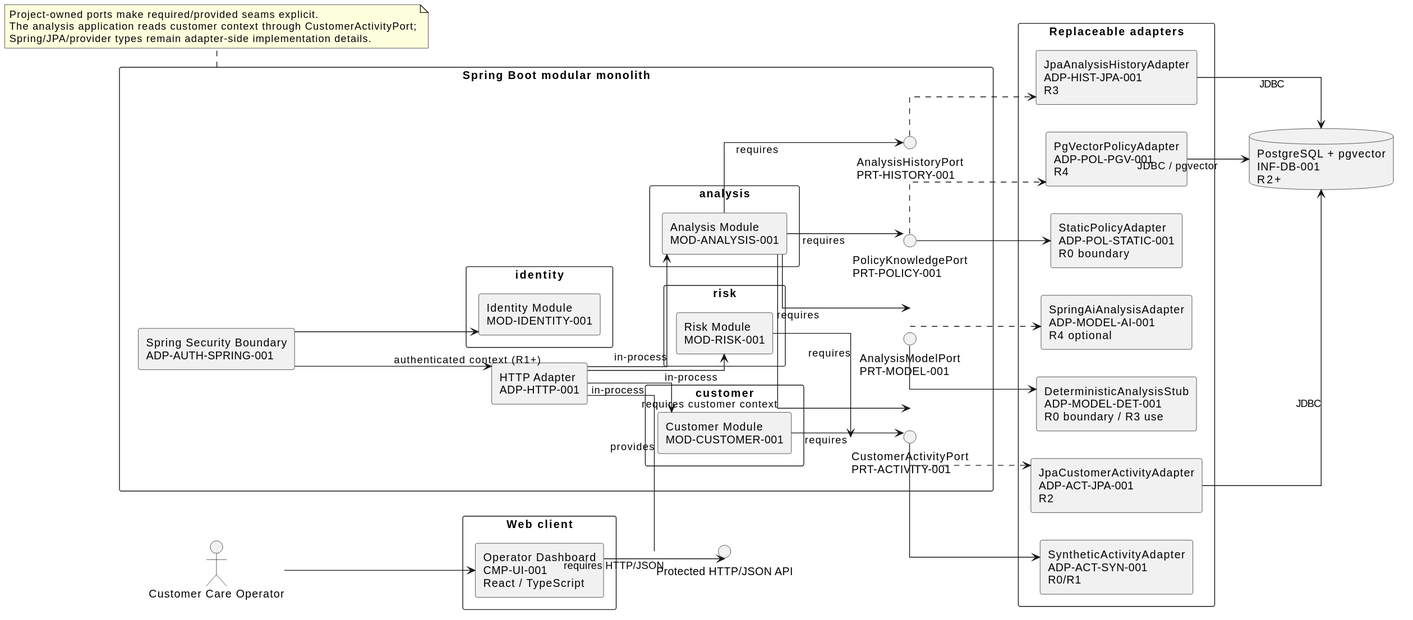
Earlier version of the PlantUML export docs/assignment/SDD/diagrams/component-topology.svg (jdoe-dev-159753/specgraph-reference-app).
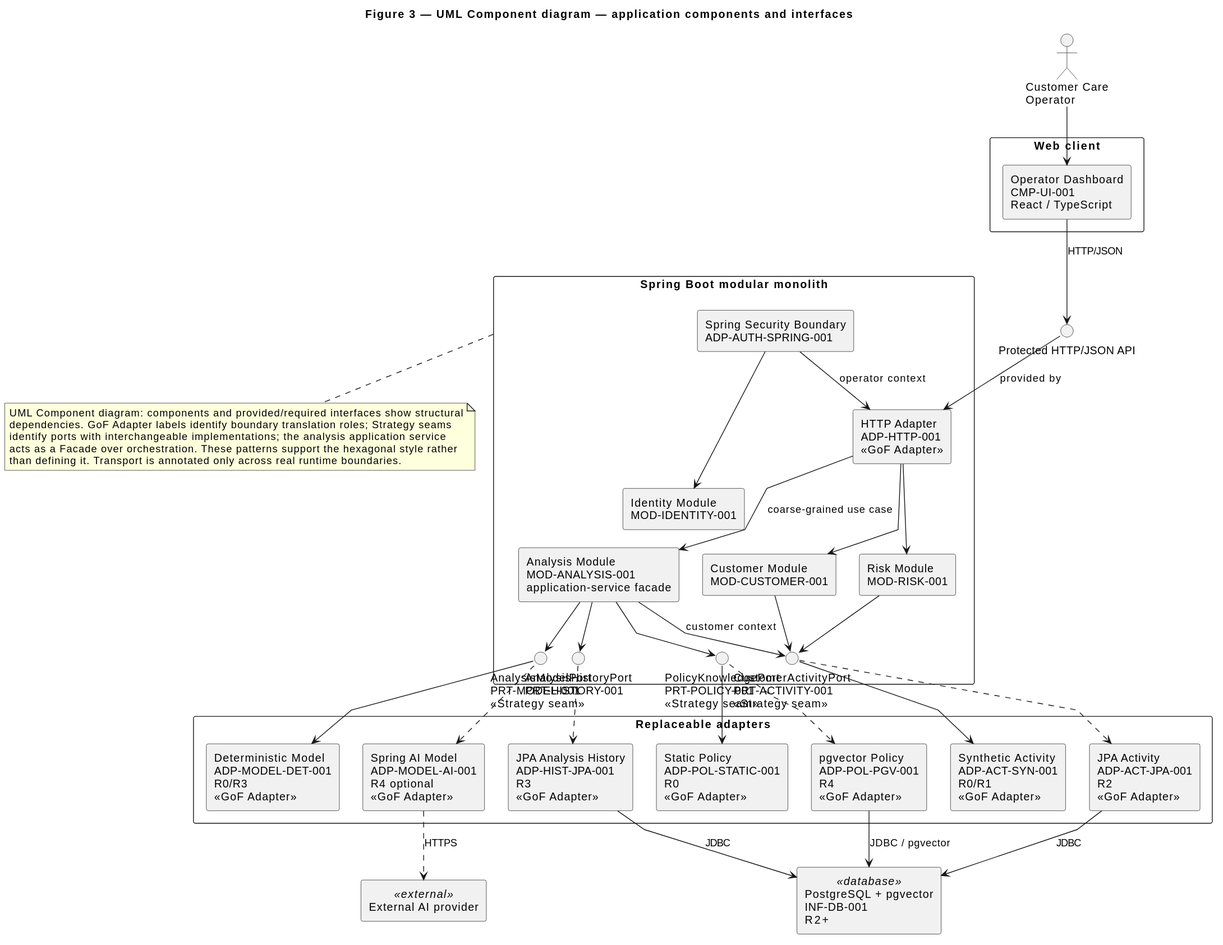
After the commit.

The edit, as a diff of the source:
```diff
@@ -1,10 +1,13 @@
 @startuml
-left to right direction
+title Figure 3 — UML Component diagram — application components and interfaces
+top to bottom direction
 skinparam componentStyle rectangle
 skinparam packageStyle rectangle
-skinparam linetype ortho
+skinparam linetype polyline
+skinparam nodesep 30
+skinparam ranksep 45
 
-actor "Customer Care Operator" as Operator
+actor "Customer Care\nOperator" as Operator
 interface "Protected HTTP/JSON API" as WebApi
 
 package "Web client" {
@@ -12,70 +15,80 @@
 }
 
 package "Spring Boot modular monolith" as Backend {
-  component "HTTP Adapter\nADP-HTTP-001" as Http
   component "Spring Security Boundary\nADP-AUTH-SPRING-001" as Auth
+  component "HTTP Adapter\nADP-HTTP-001\n<<GoF Adapter>>" as Http
 
-  package "customer" {
-    component "Customer Module\nMOD-CUSTOMER-001" as Customer
-  }
-  package "risk" {
-    component "Risk Module\nMOD-RISK-001" as Risk
-  }
-  package "analysis" {
-    component "Analysis Module\nMOD-ANALYSIS-001" as Analysis
-  }
-  package "identity" {
-    component "Identity Module\nMOD-IDENTITY-001" as Identity
-  }
+  component "Identity Module\nMOD-IDENTITY-001" as Identity
+  component "Customer Module\nMOD-CUSTOMER-001" as Customer
+  component "Risk Module\nMOD-RISK-001" as Risk
+  component "Analysis Module\nMOD-ANALYSIS-001\napplication-service facade" as Analysis
 
-  interface "CustomerActivityPort\nPRT-ACTIVITY-001" as ActivityPort
-  interface "AnalysisModelPort\nPRT-MODEL-001" as ModelPort
-  interface "PolicyKnowledgePort\nPRT-POLICY-001" as PolicyPort
+  interface "CustomerActivityPort\nPRT-ACTIVITY-001\n<<Strategy seam>>" as ActivityPort
+  interface "PolicyKnowledgePort\nPRT-POLICY-001\n<<Strategy seam>>" as PolicyPort
+  interface "AnalysisModelPort\nPRT-MODEL-001\n<<Strategy seam>>" as ModelPort
   interface "AnalysisHistoryPort\nPRT-HISTORY-001" as HistoryPort
+
+  Identity -[hidden]right-> Customer
+  Customer -[hidden]right-> Risk
+  Risk -[hidden]right-> Analysis
+  ActivityPort -[hidden]right-> PolicyPort
+  PolicyPort -[hidden]right-> ModelPort
+  ModelPort -[hidden]right-> HistoryPort
 }
 
-package "Replaceable adapters" {
-  component "SyntheticActivityAdapter\nADP-ACT-SYN-001\nR0/R1" as ActivitySynthetic
-  component "JpaCustomerActivityAdapter\nADP-ACT-JPA-001\nR2" as ActivityJpa
-  component "DeterministicAnalysisStub\nADP-MODEL-DET-001\nR0 boundary / R3 use" as ModelDet
-  component "SpringAiAnalysisAdapter\nADP-MODEL-AI-001\nR4 optional" as ModelAi
-  component "StaticPolicyAdapter\nADP-POL-STATIC-001\nR0 boundary" as PolicyStatic
-  component "PgVectorPolicyAdapter\nADP-POL-PGV-001\nR4" as PolicyPg
-  component "JpaAnalysisHistoryAdapter\nADP-HIST-JPA-001\nR3" as HistoryJpa
+package "Replaceable adapters" as Adapters {
+  component "Synthetic Activity\nADP-ACT-SYN-001\nR0/R1\n<<GoF Adapter>>" as ActivitySynthetic
+  component "JPA Activity\nADP-ACT-JPA-001\nR2\n<<GoF Adapter>>" as ActivityJpa
+  component "Static Policy\nADP-POL-STATIC-001\nR0\n<<GoF Adapter>>" as PolicyStatic
+  component "pgvector Policy\nADP-POL-PGV-001\nR4\n<<GoF Adapter>>" as PolicyPg
+  component "Deterministic Model\nADP-MODEL-DET-001\nR0/R3\n<<GoF Adapter>>" as ModelDet
+  component "Spring AI Model\nADP-MODEL-AI-001\nR4 optional\n<<GoF Adapter>>" as ModelAi
+  component "JPA Analysis History\nADP-HIST-JPA-001\nR3\n<<GoF Adapter>>" as HistoryJpa
+
+  ActivitySynthetic -[hidden]right-> ActivityJpa
+  ActivityJpa -[hidden]right-> PolicyStatic
+  PolicyStatic -[hidden]right-> PolicyPg
+  ModelDet -[hidden]right-> ModelAi
+  ModelAi -[hidden]right-> HistoryJpa
 }
 
-database "PostgreSQL + pgvector\nINF-DB-001\nR2+" as Db
+component "PostgreSQL + pgvector\nINF-DB-001\nR2+" as Db <<database>>
+component "External AI provider" as Provider <<external>>
 
 Operator --> UI
-UI --> WebApi : requires HTTP/JSON
-Http -- WebApi : provides
-Auth --> Http : authenticated context (R1+)
+UI --> WebApi : HTTP/JSON
+WebApi --> Http : provided by
+Auth --> Http : operator context
 Auth --> Identity
-Http --> Customer : in-process
-Http --> Risk : in-process
-Http --> Analysis : in-process
-Customer --> ActivityPort : requires
-Risk --> ActivityPort : requires
-Analysis --> ActivityPort : requires customer context
-Analysis --> ModelPort : requires
-Analysis --> PolicyPort : requires
-Analysis --> HistoryPort : requires
+Http --> Customer
+Http --> Risk
+Http --> Analysis : coarse-grained use case
+
+Customer --> ActivityPort
+Risk --> ActivityPort
+Analysis --> ActivityPort : customer context
+Analysis --> PolicyPort
+Analysis --> ModelPort
+Analysis --> HistoryPort
 
 ActivityPort --> ActivitySynthetic
 ActivityPort ..> ActivityJpa
+PolicyPort --> PolicyStatic
+PolicyPort ..> PolicyPg
 ModelPort --> ModelDet
 ModelPort ..> ModelAi
-PolicyPort --> PolicyStatic
-PolicyPort ..> PolicyPg
 HistoryPort ..> HistoryJpa
 
 ActivityJpa --> Db : JDBC
 PolicyPg --> Db : JDBC / pgvector
 HistoryJpa --> Db : JDBC
+ModelAi ..> Provider : HTTPS
 
 note bottom of Backend
-  Project-owned ports make required/provided seams explicit.
-  The analysis application reads customer context through CustomerActivityPort;
-  Spring/JPA/provider types remain adapter-side implementation details.
+  UML Component diagram: components and provided/required interfaces show structural
+  dependencies. GoF Adapter labels identify boundary translation roles; Strategy seams
+  identify ports with interchangeable implementations; the analysis application service
+  acts as a Facade over orchestration. These patterns support the hexagonal style rather
+  than defining it. Transport is annotated only across real runtime boundaries.
 end note
 @enduml
```
